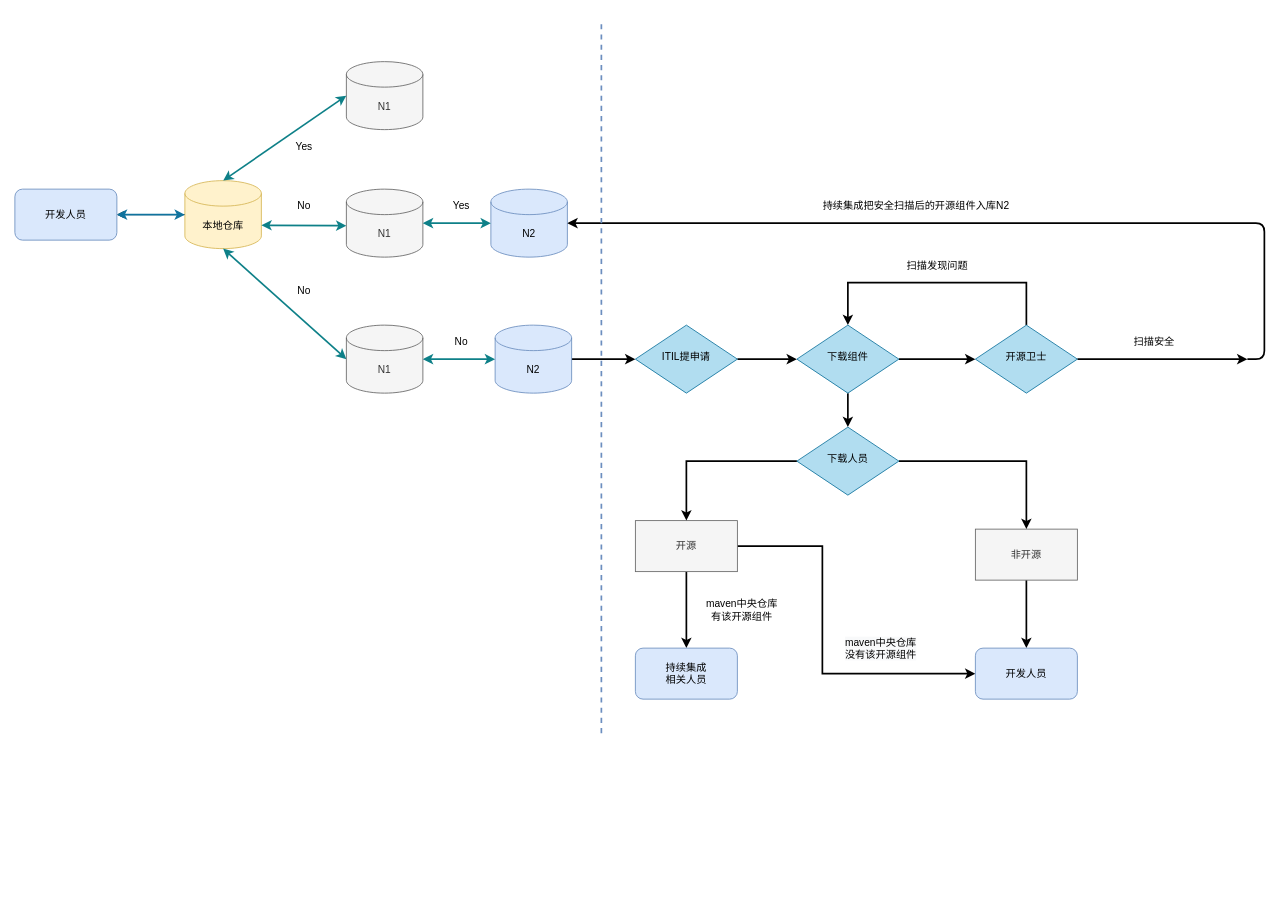
This is 管理流程图.drawio from ZpLss/UML, a draw.io file, before an edit. Source tidied: cells renumbered, new cells numbered last; positions are measured from the earlier drawing's top-left corner, leaving out a move shared by most shapes. Both pictures are drawn from the tidied source at 85%, with x=0, y=0 at pixel (14, 19).
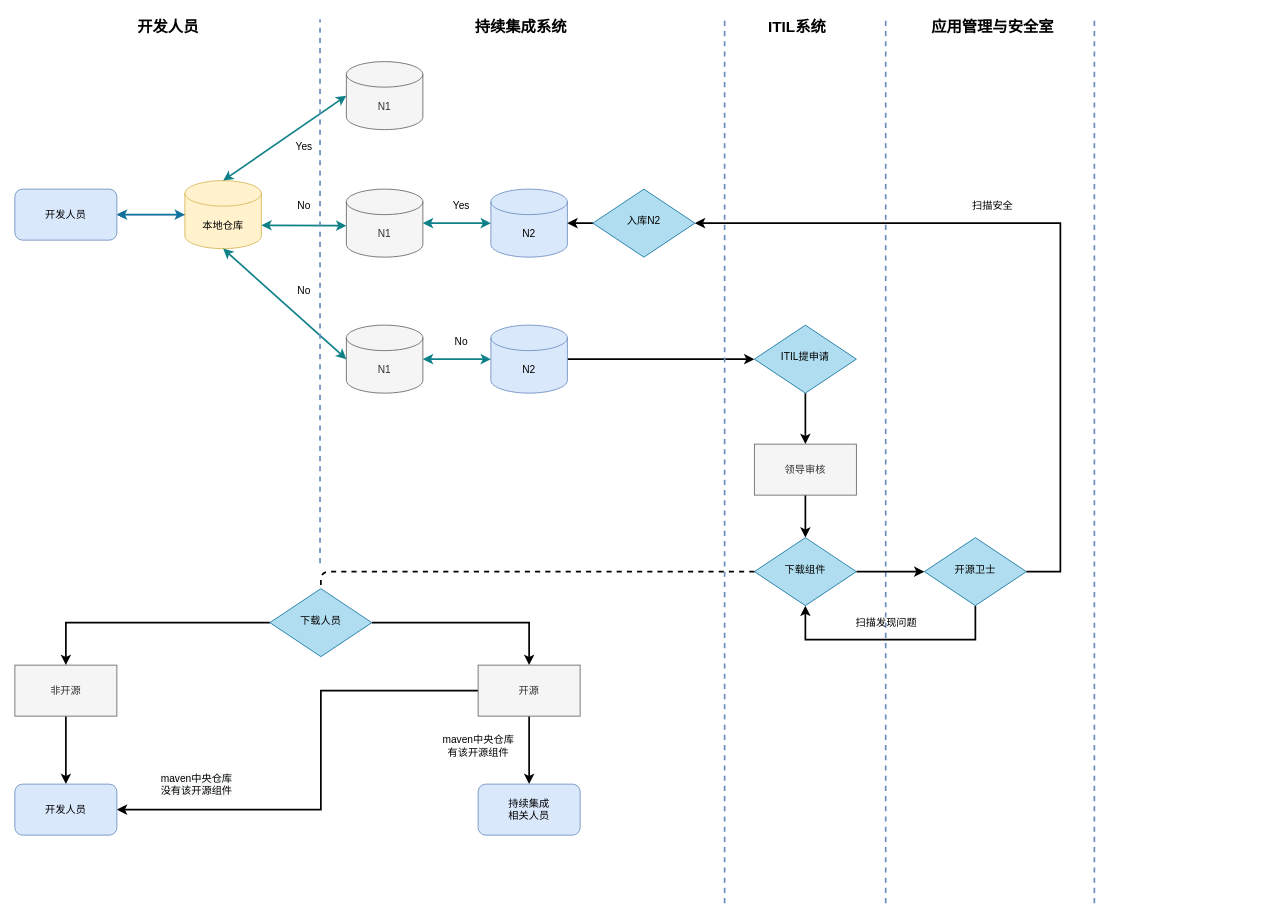
After the change.

Commit message:
Update 管理流程图.drawio

Unchanged cells that the change refers to:
```xml
<mxCell id="12" value="N2" style="shape=cylinder3;whiteSpace=wrap;html=1;boundedLbl=1;backgroundOutline=1;size=15;fillColor=#dae8fc;strokeColor=#6c8ebf;" parent="1" vertex="1">
  <mxGeometry x="560" y="200" width="90" height="80" as="geometry" />
</mxCell>
```

Change to the diagram source:
```diff
@@
     <mxCell id="16" value="N2" style="shape=cylinder3;whiteSpace=wrap;html=1;boundedLbl=1;backgroundOutline=1;size=15;fillColor=#dae8fc;strokeColor=#6c8ebf;" parent="1" vertex="1">
-      <mxGeometry x="565" y="360" width="90" height="80" as="geometry" />
+      <mxGeometry x="560" y="360" width="90" height="80" as="geometry" />
     </mxCell>
@@
-    <mxCell id="20" style="endArrow=classic;html=1;exitX=1;exitY=0.5;exitDx=0;exitDy=0;entryX=1;entryY=0.5;entryDx=0;entryDy=0;entryPerimeter=0;strokeWidth=2;" parent="1" edge="1" target="12">
-      <mxGeometry relative="1" as="geometry">
-        <mxPoint x="1450" y="400" as="sourcePoint" />
-        <Array as="points">
-          <mxPoint x="1470" y="400" />
-          <mxPoint x="1470" y="320" />
-          <mxPoint x="1470" y="240" />
-        </Array>
-      </mxGeometry>
-    </mxCell>
-    <mxCell id="21" value="持续集成把安全扫描后的开源组件入库N2" style="text;html=1;align=center;verticalAlign=middle;" parent="1" vertex="1">
-      <mxGeometry x="905" y="210" width="310" height="20" as="geometry" />
-    </mxCell>
@@
-    <mxCell id="23" style="edgeStyle=orthogonalEdgeStyle;rounded=0;jettySize=auto;html=1;entryX=0;entryY=0.5;entryDx=0;entryDy=0;strokeWidth=2;" parent="1" edge="1" source="24" target="31">
-      <mxGeometry relative="1" as="geometry" />
-    </mxCell>
+    <mxCell id="47" style="edgeStyle=orthogonalEdgeStyle;rounded=0;jettySize=auto;html=1;entryX=0.5;entryY=0;entryDx=0;entryDy=0;strokeWidth=2;" parent="1" edge="1" source="24" target="55">
+      <mxGeometry relative="1" as="geometry" />
+    </mxCell>
     <mxCell id="24" value="ITIL提申请" style="rhombus;whiteSpace=wrap;html=1;shadow=0;fontFamily=Helvetica;fontSize=12;align=center;strokeWidth=1;spacing=6;spacingTop=-4;fillColor=#b1ddf0;strokeColor=#10739e;" parent="1" vertex="1">
-      <mxGeometry x="730" y="360" width="120" height="80" as="geometry" />
+      <mxGeometry x="870" y="360" width="120" height="80" as="geometry" />
     </mxCell>
@@
-    <mxCell id="26" style="edgeStyle=orthogonalEdgeStyle;rounded=0;jettySize=auto;html=1;strokeWidth=2;" parent="1" edge="1" source="28">
-      <mxGeometry relative="1" as="geometry">
-        <mxPoint x="1450" y="400" as="targetPoint" />
-      </mxGeometry>
-    </mxCell>
+    <mxCell id="48" style="edgeStyle=orthogonalEdgeStyle;rounded=0;jettySize=auto;html=1;entryX=1;entryY=0.5;entryDx=0;entryDy=0;entryPerimeter=0;strokeWidth=2;" parent="1" edge="1" source="58" target="12">
+      <mxGeometry relative="1" as="geometry" />
+    </mxCell>
-    <mxCell id="27" style="edgeStyle=orthogonalEdgeStyle;rounded=0;jettySize=auto;html=1;strokeWidth=2;entryX=0.5;entryY=0;entryDx=0;entryDy=0;" parent="1" edge="1" source="28" target="31">
+    <mxCell id="27" style="edgeStyle=orthogonalEdgeStyle;rounded=0;jettySize=auto;html=1;strokeWidth=2;entryX=0.5;entryY=1;entryDx=0;entryDy=0;" parent="1" edge="1" source="28" target="31">
       <mxGeometry relative="1" as="geometry">
         <Array as="points">
-          <mxPoint x="1190" y="310" />
-          <mxPoint x="980" y="310" />
+          <mxPoint x="1130" y="730" />
+          <mxPoint x="930" y="730" />
         </Array>
       </mxGeometry>
     </mxCell>
     <mxCell id="28" value="开源卫士" style="rhombus;whiteSpace=wrap;html=1;shadow=0;fontFamily=Helvetica;fontSize=12;align=center;strokeWidth=1;spacing=6;spacingTop=-4;fillColor=#b1ddf0;strokeColor=#10739e;" parent="1" vertex="1">
-      <mxGeometry x="1130" y="360" width="120" height="80" as="geometry" />
+      <mxGeometry x="1070" y="610" width="120" height="80" as="geometry" />
     </mxCell>
-    <mxCell id="29" style="edgeStyle=orthogonalEdgeStyle;rounded=0;jettySize=auto;html=1;entryX=0;entryY=0.5;entryDx=0;entryDy=0;strokeWidth=2;" parent="1" edge="1" source="31" target="28">
-      <mxGeometry relative="1" as="geometry" />
-    </mxCell>
-    <mxCell id="30" style="edgeStyle=orthogonalEdgeStyle;rounded=0;jettySize=auto;html=1;entryX=0.5;entryY=0;entryDx=0;entryDy=0;strokeWidth=2;" parent="1" edge="1" source="31" target="45">
-      <mxGeometry relative="1" as="geometry" />
-    </mxCell>
-    <mxCell id="31" value="下载组件" style="rhombus;whiteSpace=wrap;html=1;shadow=0;fontFamily=Helvetica;fontSize=12;align=center;strokeWidth=1;spacing=6;spacingTop=-4;fillColor=#b1ddf0;strokeColor=#10739e;" parent="1" vertex="1">
-      <mxGeometry x="920" y="360" width="120" height="80" as="geometry" />
-    </mxCell>
-    <mxCell id="32" value="扫描安全" style="text;html=1;align=center;verticalAlign=middle;" parent="1" vertex="1">
-      <mxGeometry x="1300" y="370" width="80" height="20" as="geometry" />
-    </mxCell>
-    <mxCell id="33" value="扫描发现问题" style="text;html=1;align=center;verticalAlign=middle;" parent="1" vertex="1">
-      <mxGeometry x="1030" y="280" width="110" height="20" as="geometry" />
-    </mxCell>
@@
-    <mxCell id="35" style="edgeStyle=orthogonalEdgeStyle;rounded=0;jettySize=auto;html=1;entryX=0;entryY=0.5;entryDx=0;entryDy=0;strokeWidth=2;" parent="1" edge="1" source="36" target="42">
+    <mxCell id="35" style="edgeStyle=orthogonalEdgeStyle;rounded=0;jettySize=auto;html=1;entryX=1;entryY=0.5;entryDx=0;entryDy=0;strokeWidth=2;" parent="1" edge="1" source="36" target="42">
       <mxGeometry relative="1" as="geometry">
         <Array as="points">
-          <mxPoint x="950" y="620" />
-          <mxPoint x="950" y="770" />
+          <mxPoint x="360" y="790" />
+          <mxPoint x="360" y="930" />
         </Array>
       </mxGeometry>
     </mxCell>
     <mxCell id="36" value="开源" style="rounded=0;whiteSpace=wrap;html=1;fillColor=#f5f5f5;strokeColor=#666666;fontColor=#333333;" parent="1" vertex="1">
-      <mxGeometry x="730" y="590" width="120" height="60" as="geometry" />
+      <mxGeometry x="545" y="760" width="120" height="60" as="geometry" />
     </mxCell>
@@
     <mxCell id="38" value="非开源" style="rounded=0;whiteSpace=wrap;html=1;fillColor=#f5f5f5;strokeColor=#666666;fontColor=#333333;" parent="1" vertex="1">
-      <mxGeometry x="1130" y="600" width="120" height="60" as="geometry" />
+      <mxGeometry y="760" width="120" height="60" as="geometry" />
     </mxCell>
     <mxCell id="39" value="maven中央仓库&lt;br&gt;有该开源组件" style="text;html=1;align=center;verticalAlign=middle;" parent="1" vertex="1">
-      <mxGeometry x="790" y="680" width="130" height="30" as="geometry" />
+      <mxGeometry x="480" y="840" width="130" height="30" as="geometry" />
     </mxCell>
     <mxCell id="40" value="&lt;span style=&quot;color: rgb(0 , 0 , 0) ; font-family: &amp;#34;helvetica&amp;#34; ; font-size: 12px ; font-style: normal ; font-weight: 400 ; letter-spacing: normal ; text-align: center ; text-indent: 0px ; text-transform: none ; word-spacing: 0px ; background-color: rgb(248 , 249 , 250) ; display: inline ; float: none&quot;&gt;maven中央仓库&lt;br&gt;没有该&lt;/span&gt;&lt;span style=&quot;color: rgb(0 , 0 , 0) ; font-family: &amp;#34;helvetica&amp;#34; ; font-size: 12px ; font-style: normal ; font-weight: 400 ; letter-spacing: normal ; text-align: center ; text-indent: 0px ; text-transform: none ; word-spacing: 0px ; background-color: rgb(248 , 249 , 250) ; display: inline ; float: none&quot;&gt;开源组件&lt;/span&gt;" style="text;whiteSpace=wrap;html=1;" parent="1" vertex="1">
-      <mxGeometry x="975" y="720" width="170" height="40" as="geometry" />
+      <mxGeometry x="170" y="880" width="170" height="40" as="geometry" />
     </mxCell>
     <mxCell id="41" value="持续集成&lt;br&gt;相关人员" style="rounded=1;whiteSpace=wrap;html=1;fillColor=#dae8fc;strokeColor=#6c8ebf;" parent="1" vertex="1">
-      <mxGeometry x="730" y="740" width="120" height="60" as="geometry" />
+      <mxGeometry x="545" y="900" width="120" height="60" as="geometry" />
     </mxCell>
-    <mxCell id="42" value="开发人员" style="rounded=1;whiteSpace=wrap;html=1;fillColor=#dae8fc;strokeColor=#6c8ebf;" parent="1" vertex="1">
-      <mxGeometry x="1130" y="740" width="120" height="60" as="geometry" />
-    </mxCell>
+    <mxCell id="44" style="edgeStyle=orthogonalEdgeStyle;rounded=0;jettySize=auto;html=1;entryX=0.5;entryY=0;entryDx=0;entryDy=0;strokeWidth=2;" parent="1" edge="1" source="45" target="38">
+      <mxGeometry relative="1" as="geometry" />
+    </mxCell>
-    <mxCell id="43" style="edgeStyle=orthogonalEdgeStyle;rounded=0;jettySize=auto;html=1;entryX=0.5;entryY=0;entryDx=0;entryDy=0;strokeWidth=2;" parent="1" edge="1" source="45" target="36">
+    <mxCell id="43" style="edgeStyle=orthogonalEdgeStyle;rounded=0;jettySize=auto;html=1;entryX=0.5;entryY=0;entryDx=0;entryDy=0;strokeWidth=2;exitX=1;exitY=0.5;exitDx=0;exitDy=0;" parent="1" edge="1" source="45" target="36">
       <mxGeometry relative="1" as="geometry">
         <Array as="points">
-          <mxPoint x="790" y="520" />
+          <mxPoint x="420" y="710" />
+          <mxPoint x="605" y="710" />
         </Array>
       </mxGeometry>
     </mxCell>
-    <mxCell id="44" style="edgeStyle=orthogonalEdgeStyle;rounded=0;jettySize=auto;html=1;entryX=0.5;entryY=0;entryDx=0;entryDy=0;strokeWidth=2;" parent="1" edge="1" source="45" target="38">
-      <mxGeometry relative="1" as="geometry" />
-    </mxCell>
     <mxCell id="45" value="下载人员" style="rhombus;whiteSpace=wrap;html=1;shadow=0;fontFamily=Helvetica;fontSize=12;align=center;strokeWidth=1;spacing=6;spacingTop=-4;fillColor=#b1ddf0;strokeColor=#10739e;" parent="1" vertex="1">
-      <mxGeometry x="920" y="480" width="120" height="80" as="geometry" />
+      <mxGeometry x="300" y="670" width="120" height="80" as="geometry" />
     </mxCell>
     <mxCell id="46" style="endArrow=none;dashed=1;html=1;strokeWidth=2;fillColor=#dae8fc;strokeColor=#6c8ebf;" parent="1" edge="1">
       <mxGeometry relative="1" as="geometry">
-        <mxPoint x="690" y="840" as="sourcePoint" />
-        <mxPoint x="690" as="targetPoint" />
+        <mxPoint x="835" y="1040" as="sourcePoint" />
+        <mxPoint x="835" as="targetPoint" />
       </mxGeometry>
     </mxCell>
+    <mxCell id="42" value="开发人员" style="rounded=1;whiteSpace=wrap;html=1;fillColor=#dae8fc;strokeColor=#6c8ebf;" parent="1" vertex="1">
+      <mxGeometry y="900" width="120" height="60" as="geometry" />
+    </mxCell>
+    <mxCell id="49" style="endArrow=none;dashed=1;html=1;strokeWidth=2;fillColor=#dae8fc;strokeColor=#6c8ebf;" parent="1" edge="1">
+      <mxGeometry relative="1" as="geometry">
+        <mxPoint x="1270" y="1040" as="sourcePoint" />
+        <mxPoint x="1270" as="targetPoint" />
+      </mxGeometry>
+    </mxCell>
+    <mxCell id="50" style="endArrow=none;dashed=1;html=1;strokeWidth=2;fillColor=#dae8fc;strokeColor=#6c8ebf;" parent="1" edge="1">
+      <mxGeometry relative="1" as="geometry">
+        <mxPoint x="1024.5" y="1040" as="sourcePoint" />
+        <mxPoint x="1024.5" as="targetPoint" />
+      </mxGeometry>
+    </mxCell>
+    <mxCell id="29" style="edgeStyle=orthogonalEdgeStyle;rounded=0;jettySize=auto;html=1;strokeWidth=2;" parent="1" edge="1" source="31" target="28">
+      <mxGeometry relative="1" as="geometry" />
+    </mxCell>
+    <mxCell id="31" value="下载组件" style="rhombus;whiteSpace=wrap;html=1;shadow=0;fontFamily=Helvetica;fontSize=12;align=center;strokeWidth=1;spacing=6;spacingTop=-4;fillColor=#b1ddf0;strokeColor=#10739e;" parent="1" vertex="1">
+      <mxGeometry x="870" y="610" width="120" height="80" as="geometry" />
+    </mxCell>
+    <mxCell id="51" style="endArrow=none;dashed=1;html=1;strokeWidth=2;fillColor=#dae8fc;strokeColor=#6c8ebf;" parent="1" edge="1">
+      <mxGeometry relative="1" as="geometry">
+        <mxPoint x="359" y="640" as="sourcePoint" />
+        <mxPoint x="359" as="targetPoint" />
+      </mxGeometry>
+    </mxCell>
+    <mxCell id="52" value="&lt;font style=&quot;font-size: 18px&quot;&gt;&lt;b&gt;开发人员&lt;/b&gt;&lt;/font&gt;" style="text;html=1;align=center;verticalAlign=middle;" parent="1" vertex="1">
+      <mxGeometry x="135" width="90" height="20" as="geometry" />
+    </mxCell>
+    <mxCell id="53" value="持续集成系统" style="text;html=1;align=center;verticalAlign=middle;fontSize=18;fontStyle=1;" parent="1" vertex="1">
+      <mxGeometry x="535" y="-5" width="120" height="30" as="geometry" />
+    </mxCell>
+    <mxCell id="54" style="edgeStyle=orthogonalEdgeStyle;rounded=0;jettySize=auto;html=1;entryX=0.5;entryY=0;entryDx=0;entryDy=0;strokeWidth=2;" parent="1" edge="1" source="55" target="31">
+      <mxGeometry relative="1" as="geometry" />
+    </mxCell>
+    <mxCell id="55" value="领导审核" style="rounded=0;whiteSpace=wrap;html=1;fillColor=#f5f5f5;strokeColor=#666666;fontColor=#333333;" parent="1" vertex="1">
+      <mxGeometry x="870" y="500" width="120" height="60" as="geometry" />
+    </mxCell>
+    <mxCell id="56" value="ITIL系统" style="text;html=1;align=center;verticalAlign=middle;fontSize=18;fontStyle=1;" parent="1" vertex="1">
+      <mxGeometry x="880" y="-5" width="80" height="30" as="geometry" />
+    </mxCell>
+    <mxCell id="57" value="应用管理与安全室" style="text;html=1;align=center;verticalAlign=middle;fontSize=18;fontStyle=1;" parent="1" vertex="1">
+      <mxGeometry x="1070" y="-5" width="160" height="30" as="geometry" />
+    </mxCell>
+    <mxCell id="58" value="入库N2" style="rhombus;whiteSpace=wrap;html=1;shadow=0;fontFamily=Helvetica;fontSize=12;align=center;strokeWidth=1;spacing=6;spacingTop=-4;fillColor=#b1ddf0;strokeColor=#10739e;" parent="1" vertex="1">
+      <mxGeometry x="680" y="200" width="120" height="80" as="geometry" />
+    </mxCell>
+    <mxCell id="59" style="edgeStyle=orthogonalEdgeStyle;rounded=0;jettySize=auto;html=1;entryX=1;entryY=0.5;entryDx=0;entryDy=0;entryPerimeter=0;strokeWidth=2;" parent="1" edge="1" source="28" target="58">
+      <mxGeometry relative="1" as="geometry">
+        <Array as="points">
+          <mxPoint x="1230" y="650" />
+          <mxPoint x="1230" y="240" />
+        </Array>
+      </mxGeometry>
+    </mxCell>
+    <mxCell id="32" value="扫描安全" style="text;html=1;align=center;verticalAlign=middle;" parent="1" vertex="1">
+      <mxGeometry x="1110" y="210" width="80" height="20" as="geometry" />
+    </mxCell>
+    <mxCell id="33" value="扫描发现问题" style="text;html=1;align=center;verticalAlign=middle;" parent="1" vertex="1">
+      <mxGeometry x="970" y="700" width="110" height="20" as="geometry" />
+    </mxCell>
+    <mxCell id="30" style="endArrow=none;dashed=1;html=1;strokeWidth=2;entryX=0.5;entryY=0;entryDx=0;entryDy=0;exitX=0;exitY=0.5;exitDx=0;exitDy=0;" parent="1" edge="1" source="31" target="45">
+      <mxGeometry relative="1" as="geometry">
+        <Array as="points">
+          <mxPoint x="360" y="650" />
+        </Array>
+      </mxGeometry>
+    </mxCell>
```
